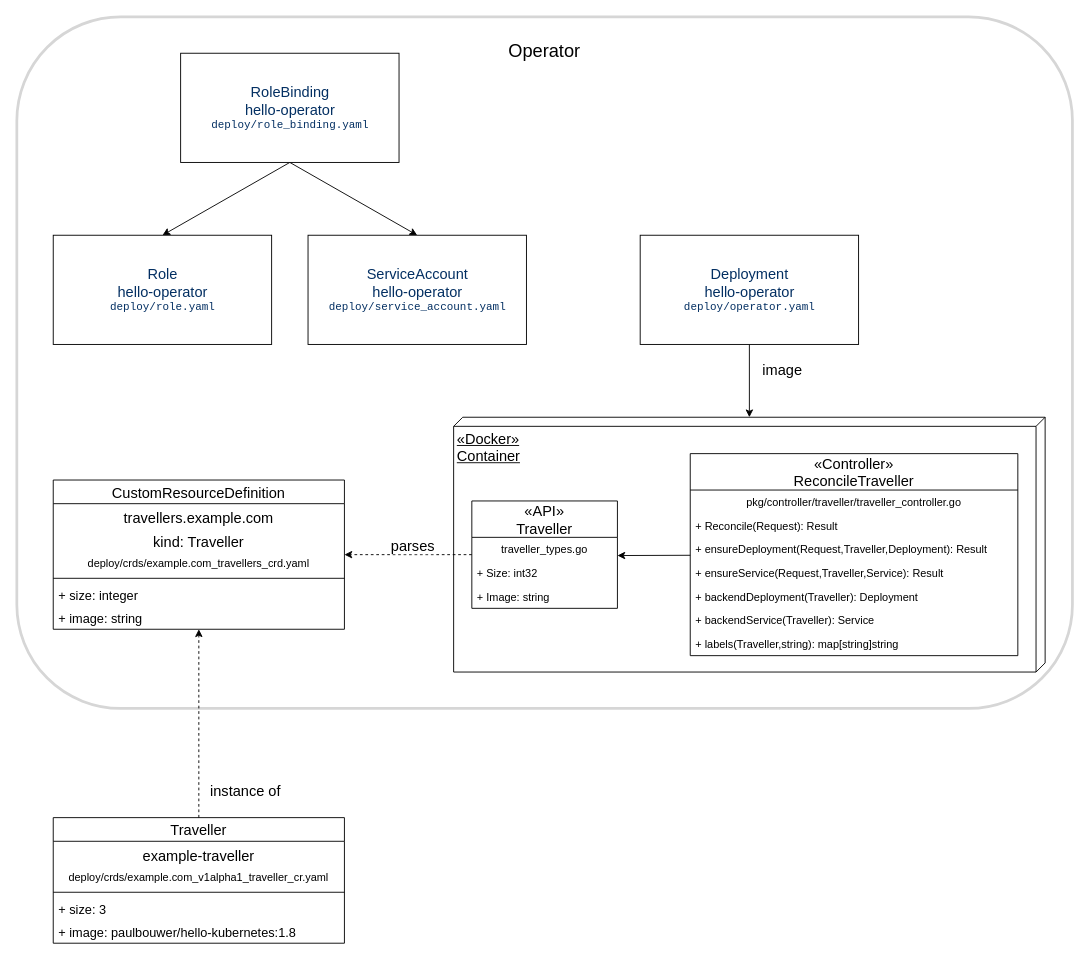
Above: images/Operator Structure.drawio in IBM/create-and-deploy-memcached-operator-using-go (draw.io), before the change. Source tidied: cells renumbered, new cells numbered last; positions are measured from the earlier drawing's top-left corner, leaving out a move shared by most shapes. Both pictures are drawn from the tidied source at 91%, with x=0, y=0 at pixel (16, 16).
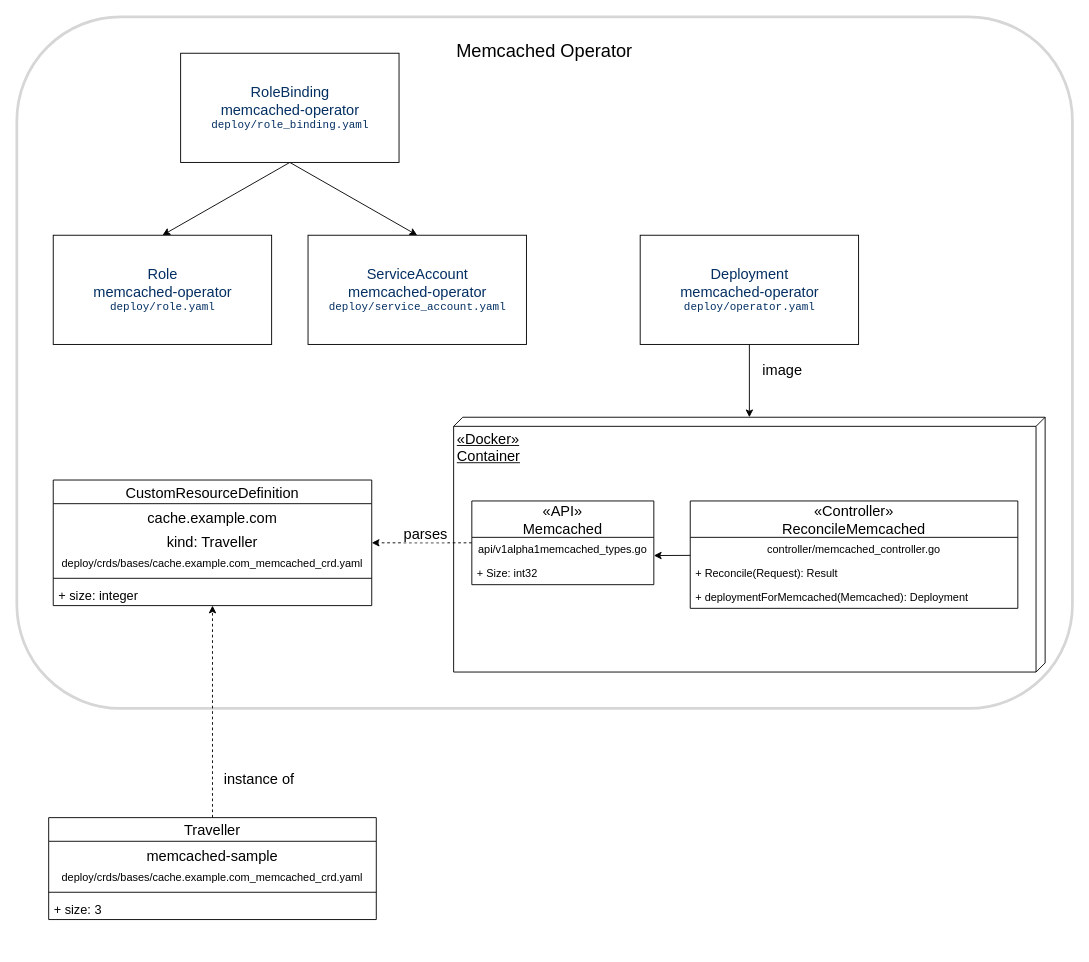
After the change.

Commit message (it also covers changes not shown here):
TT-ISV-org/planning#233: create memcached operator strucutre

The edit, as a diff of the source:
```diff
@@
-    <mxCell id="2" value="&lt;font style=&quot;font-size: 20px&quot;&gt;Operator&lt;/font&gt;" style="rounded=1;whiteSpace=wrap;html=1;fontSize=40;align=center;fillColor=none;labelPosition=center;verticalLabelPosition=middle;verticalAlign=top;strokeWidth=3;strokeColor=#D6D6D6;" parent="1" vertex="1">
+    <mxCell id="2" value="&lt;font style=&quot;font-size: 20px&quot;&gt;Memcached Operator&lt;/font&gt;" style="rounded=1;whiteSpace=wrap;html=1;fontSize=40;align=center;fillColor=none;labelPosition=center;verticalLabelPosition=middle;verticalAlign=top;strokeWidth=3;strokeColor=#D6D6D6;" parent="1" vertex="1">
       <mxGeometry width="1160" height="760" as="geometry" />
     </mxCell>
@@
-    <mxCell id="5" value="&lt;font style=&quot;font-size: 16px&quot;&gt;&lt;span style=&quot;color: rgb(3 , 47 , 98) ; background-color: rgb(255 , 255 , 255)&quot;&gt;RoleBinding&lt;br&gt;&lt;/span&gt;&lt;span style=&quot;color: rgb(3 , 47 , 98) ; background-color: rgb(255 , 255 , 255)&quot;&gt;hello-operator&lt;br&gt;&lt;/span&gt;&lt;/font&gt;&lt;span style=&quot;background-color: rgb(255 , 255 , 255)&quot;&gt;&lt;font color=&quot;#032f62&quot; face=&quot;SFMono-Regular, Consolas, Liberation Mono, Menlo, monospace&quot; style=&quot;font-size: 12px&quot;&gt;deploy/role_binding.yaml&lt;/font&gt;&lt;br&gt;&lt;/span&gt;" style="html=1;" parent="1" vertex="1">
+    <mxCell id="5" value="&lt;font style=&quot;font-size: 16px&quot;&gt;&lt;span style=&quot;color: rgb(3 , 47 , 98) ; background-color: rgb(255 , 255 , 255)&quot;&gt;RoleBinding&lt;br&gt;&lt;/span&gt;&lt;span style=&quot;color: rgb(3 , 47 , 98) ; background-color: rgb(255 , 255 , 255)&quot;&gt;memcached-operator&lt;br&gt;&lt;/span&gt;&lt;/font&gt;&lt;span style=&quot;background-color: rgb(255 , 255 , 255)&quot;&gt;&lt;font color=&quot;#032f62&quot; face=&quot;SFMono-Regular, Consolas, Liberation Mono, Menlo, monospace&quot; style=&quot;font-size: 12px&quot;&gt;deploy/role_binding.yaml&lt;/font&gt;&lt;br&gt;&lt;/span&gt;" style="html=1;" parent="1" vertex="1">
       <mxGeometry x="180" y="40" width="240" height="120" as="geometry" />
     </mxCell>
-    <mxCell id="6" value="&lt;font&gt;&lt;span style=&quot;background-color: rgb(255 , 255 , 255)&quot;&gt;&lt;font color=&quot;#032f62&quot;&gt;&lt;span style=&quot;font-size: 16px&quot;&gt;Role&lt;br&gt;hello-operator&lt;/span&gt;&lt;/font&gt;&lt;br&gt;&lt;/span&gt;&lt;/font&gt;&lt;span style=&quot;background-color: rgb(255 , 255 , 255)&quot;&gt;&lt;font color=&quot;#032f62&quot; face=&quot;SFMono-Regular, Consolas, Liberation Mono, Menlo, monospace&quot; style=&quot;font-size: 12px&quot;&gt;deploy/role.yaml&lt;/font&gt;&lt;br&gt;&lt;/span&gt;" style="html=1;" parent="1" vertex="1">
+    <mxCell id="6" value="&lt;font&gt;&lt;span style=&quot;background-color: rgb(255 , 255 , 255)&quot;&gt;&lt;font color=&quot;#032f62&quot;&gt;&lt;span style=&quot;font-size: 16px&quot;&gt;Role&lt;br&gt;memcached-operator&lt;/span&gt;&lt;/font&gt;&lt;br&gt;&lt;/span&gt;&lt;/font&gt;&lt;span style=&quot;background-color: rgb(255 , 255 , 255)&quot;&gt;&lt;font color=&quot;#032f62&quot; face=&quot;SFMono-Regular, Consolas, Liberation Mono, Menlo, monospace&quot; style=&quot;font-size: 12px&quot;&gt;deploy/role.yaml&lt;/font&gt;&lt;br&gt;&lt;/span&gt;" style="html=1;" parent="1" vertex="1">
       <mxGeometry x="40" y="240" width="240" height="120" as="geometry" />
     </mxCell>
-    <mxCell id="7" value="&lt;font&gt;&lt;span style=&quot;background-color: rgb(255 , 255 , 255)&quot;&gt;&lt;font color=&quot;#032f62&quot;&gt;&lt;span style=&quot;font-size: 16px&quot;&gt;ServiceAccount&lt;/span&gt;&lt;/font&gt;&lt;br&gt;&lt;/span&gt;&lt;span style=&quot;font-size: 16px ; color: rgb(3 , 47 , 98) ; background-color: rgb(255 , 255 , 255)&quot;&gt;hello-operator&lt;br&gt;&lt;/span&gt;&lt;/font&gt;&lt;span style=&quot;background-color: rgb(255 , 255 , 255)&quot;&gt;&lt;font color=&quot;#032f62&quot; face=&quot;SFMono-Regular, Consolas, Liberation Mono, Menlo, monospace&quot;&gt;deploy/service_account.yaml&lt;/font&gt;&lt;br&gt;&lt;/span&gt;" style="html=1;" parent="1" vertex="1">
+    <mxCell id="7" value="&lt;font&gt;&lt;span style=&quot;background-color: rgb(255 , 255 , 255)&quot;&gt;&lt;font color=&quot;#032f62&quot;&gt;&lt;span style=&quot;font-size: 16px&quot;&gt;ServiceAccount&lt;/span&gt;&lt;/font&gt;&lt;br&gt;&lt;/span&gt;&lt;span style=&quot;font-size: 16px ; color: rgb(3 , 47 , 98) ; background-color: rgb(255 , 255 , 255)&quot;&gt;memcached-operator&lt;br&gt;&lt;/span&gt;&lt;/font&gt;&lt;span style=&quot;background-color: rgb(255 , 255 , 255)&quot;&gt;&lt;font color=&quot;#032f62&quot; face=&quot;SFMono-Regular, Consolas, Liberation Mono, Menlo, monospace&quot;&gt;deploy/service_account.yaml&lt;/font&gt;&lt;br&gt;&lt;/span&gt;" style="html=1;" parent="1" vertex="1">
       <mxGeometry x="320" y="240" width="240" height="120" as="geometry" />
     </mxCell>
@@
-    <mxCell id="10" value="&lt;font&gt;&lt;span style=&quot;background-color: rgb(255 , 255 , 255)&quot;&gt;&lt;font color=&quot;#032f62&quot;&gt;&lt;span style=&quot;font-size: 16px&quot;&gt;Deployment&lt;br&gt;hello-operator&lt;/span&gt;&lt;/font&gt;&lt;br&gt;&lt;/span&gt;&lt;/font&gt;&lt;span style=&quot;background-color: rgb(255 , 255 , 255)&quot;&gt;&lt;font color=&quot;#032f62&quot; face=&quot;SFMono-Regular, Consolas, Liberation Mono, Menlo, monospace&quot;&gt;deploy/operator.yaml&lt;/font&gt;&lt;br&gt;&lt;/span&gt;" style="html=1;" parent="1" vertex="1">
+    <mxCell id="10" value="&lt;font&gt;&lt;span style=&quot;background-color: rgb(255 , 255 , 255)&quot;&gt;&lt;font color=&quot;#032f62&quot;&gt;&lt;span style=&quot;font-size: 16px&quot;&gt;Deployment&lt;br&gt;memcached-operator&lt;/span&gt;&lt;/font&gt;&lt;br&gt;&lt;/span&gt;&lt;/font&gt;&lt;span style=&quot;background-color: rgb(255 , 255 , 255)&quot;&gt;&lt;font color=&quot;#032f62&quot; face=&quot;SFMono-Regular, Consolas, Liberation Mono, Menlo, monospace&quot;&gt;deploy/operator.yaml&lt;/font&gt;&lt;br&gt;&lt;/span&gt;" style="html=1;" parent="1" vertex="1">
       <mxGeometry x="685" y="240" width="240" height="120" as="geometry" />
     </mxCell>
@@
-    <mxCell id="13" value="«Controller»&#10;ReconcileTraveller" style="swimlane;fontStyle=0;horizontal=1;startSize=40;fillColor=none;fontSize=16;" parent="1" vertex="1">
-      <mxGeometry x="740" y="480" width="360" height="222" as="geometry" />
+    <mxCell id="13" value="«Controller»&#10;ReconcileMemcached" style="swimlane;fontStyle=0;horizontal=1;startSize=40;fillColor=none;fontSize=16;" parent="1" vertex="1">
+      <mxGeometry x="740" y="532" width="360" height="118" as="geometry" />
     </mxCell>
-    <mxCell id="14" value="pkg/controller/traveller/traveller_controller.go" style="text;strokeColor=none;fillColor=none;align=center;verticalAlign=top;spacingLeft=4;spacingRight=4;overflow=hidden;" parent="13" vertex="1">
+    <mxCell id="14" value="controller/memcached_controller.go" style="text;strokeColor=none;fillColor=none;align=center;verticalAlign=top;spacingLeft=4;spacingRight=4;overflow=hidden;" parent="13" vertex="1">
       <mxGeometry y="40" width="360" height="26" as="geometry" />
     </mxCell>
@@
-    <mxCell id="16" value="+ ensureDeployment(Request,Traveller,Deployment): Result" style="text;strokeColor=none;fillColor=none;align=left;verticalAlign=top;spacingLeft=4;spacingRight=4;overflow=hidden;" parent="13" vertex="1">
+    <mxCell id="16" value="+ deploymentForMemcached(Memcached): Deployment" style="text;strokeColor=none;fillColor=none;align=left;verticalAlign=top;spacingLeft=4;spacingRight=4;overflow=hidden;" parent="13" vertex="1">
       <mxGeometry y="92" width="360" height="26" as="geometry" />
     </mxCell>
-    <mxCell id="17" value="+ ensureService(Request,Traveller,Service): Result" style="text;strokeColor=none;fillColor=none;align=left;verticalAlign=top;spacingLeft=4;spacingRight=4;overflow=hidden;" parent="13" vertex="1">
-      <mxGeometry y="118" width="360" height="26" as="geometry" />
-    </mxCell>
-    <mxCell id="18" value="+ backendDeployment(Traveller): Deployment" style="text;strokeColor=none;fillColor=none;align=left;verticalAlign=top;spacingLeft=4;spacingRight=4;overflow=hidden;" parent="13" vertex="1">
-      <mxGeometry y="144" width="360" height="26" as="geometry" />
-    </mxCell>
-    <mxCell id="19" value="+ backendService(Traveller): Service" style="text;strokeColor=none;fillColor=none;align=left;verticalAlign=top;spacingLeft=4;spacingRight=4;overflow=hidden;" parent="13" vertex="1">
-      <mxGeometry y="170" width="360" height="26" as="geometry" />
-    </mxCell>
-    <mxCell id="20" value="+ labels(Traveller,string): map[string]string" style="text;strokeColor=none;fillColor=none;align=left;verticalAlign=top;spacingLeft=4;spacingRight=4;overflow=hidden;" parent="13" vertex="1">
-      <mxGeometry y="196" width="360" height="26" as="geometry" />
-    </mxCell>
-    <mxCell id="21" value="«API»&#10;Traveller" style="swimlane;fontStyle=0;horizontal=1;startSize=40;fillColor=none;fontSize=16;" parent="1" vertex="1">
-      <mxGeometry x="500" y="532" width="160" height="118" as="geometry" />
+    <mxCell id="21" value="«API»&#10;Memcached" style="swimlane;fontStyle=0;horizontal=1;startSize=40;fillColor=none;fontSize=16;" parent="1" vertex="1">
+      <mxGeometry x="500" y="532" width="200" height="92" as="geometry" />
     </mxCell>
-    <mxCell id="22" value="traveller_types.go" style="text;strokeColor=none;fillColor=none;align=center;verticalAlign=top;spacingLeft=4;spacingRight=4;overflow=hidden;points=[[0,0.5],[1,0.5]];portConstraint=eastwest;" parent="21" vertex="1">
-      <mxGeometry y="40" width="160" height="26" as="geometry" />
+    <mxCell id="22" value="api/v1alpha1memcached_types.go" style="text;strokeColor=none;fillColor=none;align=center;verticalAlign=top;spacingLeft=4;spacingRight=4;overflow=hidden;points=[[0,0.5],[1,0.5]];portConstraint=eastwest;" parent="21" vertex="1">
+      <mxGeometry y="40" width="200" height="26" as="geometry" />
     </mxCell>
     <mxCell id="23" value="+ Size: int32" style="text;strokeColor=none;fillColor=none;align=left;verticalAlign=top;spacingLeft=4;spacingRight=4;overflow=hidden;" parent="21" vertex="1">
-      <mxGeometry y="66" width="160" height="26" as="geometry" />
+      <mxGeometry y="66" width="200" height="26" as="geometry" />
     </mxCell>
-    <mxCell id="24" value="+ Image: string" style="text;strokeColor=none;fillColor=none;align=left;verticalAlign=top;spacingLeft=4;spacingRight=4;overflow=hidden;" parent="21" vertex="1">
-      <mxGeometry y="92" width="160" height="26" as="geometry" />
-    </mxCell>
     <mxCell id="25" value="CustomResourceDefinition" style="swimlane;fontStyle=0;horizontal=1;startSize=26;fillColor=none;fontSize=16;align=center;" parent="1" vertex="1">
-      <mxGeometry x="40" y="509" width="320" height="164" as="geometry" />
+      <mxGeometry x="40" y="509" width="350" height="138" as="geometry" />
     </mxCell>
-    <mxCell id="26" value="travellers.example.com" style="text;strokeColor=none;fillColor=none;align=center;verticalAlign=top;spacingLeft=4;spacingRight=4;overflow=hidden;fontSize=16;" parent="25" vertex="1">
-      <mxGeometry y="26" width="320" height="26" as="geometry" />
+    <mxCell id="26" value="cache.example.com" style="text;strokeColor=none;fillColor=none;align=center;verticalAlign=top;spacingLeft=4;spacingRight=4;overflow=hidden;fontSize=16;" parent="25" vertex="1">
+      <mxGeometry y="26" width="350" height="26" as="geometry" />
     </mxCell>
     <mxCell id="27" value="kind: Traveller" style="text;strokeColor=none;fillColor=none;align=center;verticalAlign=top;spacingLeft=4;spacingRight=4;overflow=hidden;fontSize=16;" parent="25" vertex="1">
-      <mxGeometry y="52" width="320" height="26" as="geometry" />
+      <mxGeometry y="52" width="350" height="26" as="geometry" />
     </mxCell>
-    <mxCell id="28" value="deploy/crds/example.com_travellers_crd.yaml" style="text;strokeColor=none;fillColor=none;align=center;verticalAlign=top;spacingLeft=4;spacingRight=4;overflow=hidden;" parent="25" vertex="1">
-      <mxGeometry y="78" width="320" height="26" as="geometry" />
+    <mxCell id="28" value="deploy/crds/bases/cache.example.com_memcached_crd.yaml" style="text;strokeColor=none;fillColor=none;align=center;verticalAlign=top;spacingLeft=4;spacingRight=4;overflow=hidden;" parent="25" vertex="1">
+      <mxGeometry y="78" width="350" height="26" as="geometry" />
     </mxCell>
     <mxCell id="29" style="line;strokeWidth=1;fillColor=none;align=left;verticalAlign=middle;spacingTop=-1;spacingLeft=3;spacingRight=3;labelPosition=right;fontSize=16;" parent="25" vertex="1">
-      <mxGeometry y="104" width="320" height="8" as="geometry" />
+      <mxGeometry y="104" width="350" height="8" as="geometry" />
     </mxCell>
     <mxCell id="30" value="+ size: integer" style="text;strokeColor=none;fillColor=none;align=left;verticalAlign=top;spacingLeft=4;spacingRight=4;overflow=hidden;fontSize=14;" parent="25" vertex="1">
-      <mxGeometry y="112" width="320" height="26" as="geometry" />
+      <mxGeometry y="112" width="350" height="26" as="geometry" />
     </mxCell>
-    <mxCell id="31" value="+ image: string" style="text;strokeColor=none;fillColor=none;align=left;verticalAlign=top;spacingLeft=4;spacingRight=4;overflow=hidden;fontSize=14;" parent="25" vertex="1">
-      <mxGeometry y="138" width="320" height="26" as="geometry" />
-    </mxCell>
@@
     <mxCell id="34" value="Traveller" style="swimlane;fontStyle=0;horizontal=1;startSize=26;fillColor=none;fontSize=16;align=center;" parent="1" vertex="1">
-      <mxGeometry x="40" y="880" width="320" height="138" as="geometry" />
+      <mxGeometry x="35" y="880" width="360" height="112" as="geometry" />
     </mxCell>
-    <mxCell id="35" value="example-traveller" style="text;strokeColor=none;fillColor=none;align=center;verticalAlign=top;spacingLeft=4;spacingRight=4;overflow=hidden;fontSize=16;" parent="34" vertex="1">
-      <mxGeometry y="26" width="320" height="26" as="geometry" />
+    <mxCell id="35" value="memcached-sample" style="text;strokeColor=none;fillColor=none;align=center;verticalAlign=top;spacingLeft=4;spacingRight=4;overflow=hidden;fontSize=16;" parent="34" vertex="1">
+      <mxGeometry y="26" width="360" height="26" as="geometry" />
     </mxCell>
-    <mxCell id="36" value="deploy/crds/example.com_v1alpha1_traveller_cr.yaml" style="text;strokeColor=none;fillColor=none;align=center;verticalAlign=top;spacingLeft=4;spacingRight=4;overflow=hidden;" parent="34" vertex="1">
-      <mxGeometry y="52" width="320" height="26" as="geometry" />
+    <mxCell id="36" value="deploy/crds/bases/cache.example.com_memcached_crd.yaml" style="text;strokeColor=none;fillColor=none;align=center;verticalAlign=top;spacingLeft=4;spacingRight=4;overflow=hidden;" parent="34" vertex="1">
+      <mxGeometry y="52" width="360" height="26" as="geometry" />
     </mxCell>
     <mxCell id="37" style="line;strokeWidth=1;fillColor=none;align=left;verticalAlign=middle;spacingTop=-1;spacingLeft=3;spacingRight=3;labelPosition=right;fontSize=16;" parent="34" vertex="1">
-      <mxGeometry y="78" width="320" height="8" as="geometry" />
+      <mxGeometry y="78" width="360" height="8" as="geometry" />
     </mxCell>
     <mxCell id="38" value="+ size: 3" style="text;strokeColor=none;fillColor=none;align=left;verticalAlign=top;spacingLeft=4;spacingRight=4;overflow=hidden;fontSize=14;" parent="34" vertex="1">
-      <mxGeometry y="86" width="320" height="26" as="geometry" />
+      <mxGeometry y="86" width="360" height="26" as="geometry" />
     </mxCell>
-    <mxCell id="39" value="+ image: paulbouwer/hello-kubernetes:1.8" style="text;strokeColor=none;fillColor=none;align=left;verticalAlign=top;spacingLeft=4;spacingRight=4;overflow=hidden;fontSize=14;" parent="34" vertex="1">
-      <mxGeometry y="112" width="320" height="26" as="geometry" />
-    </mxCell>
```
